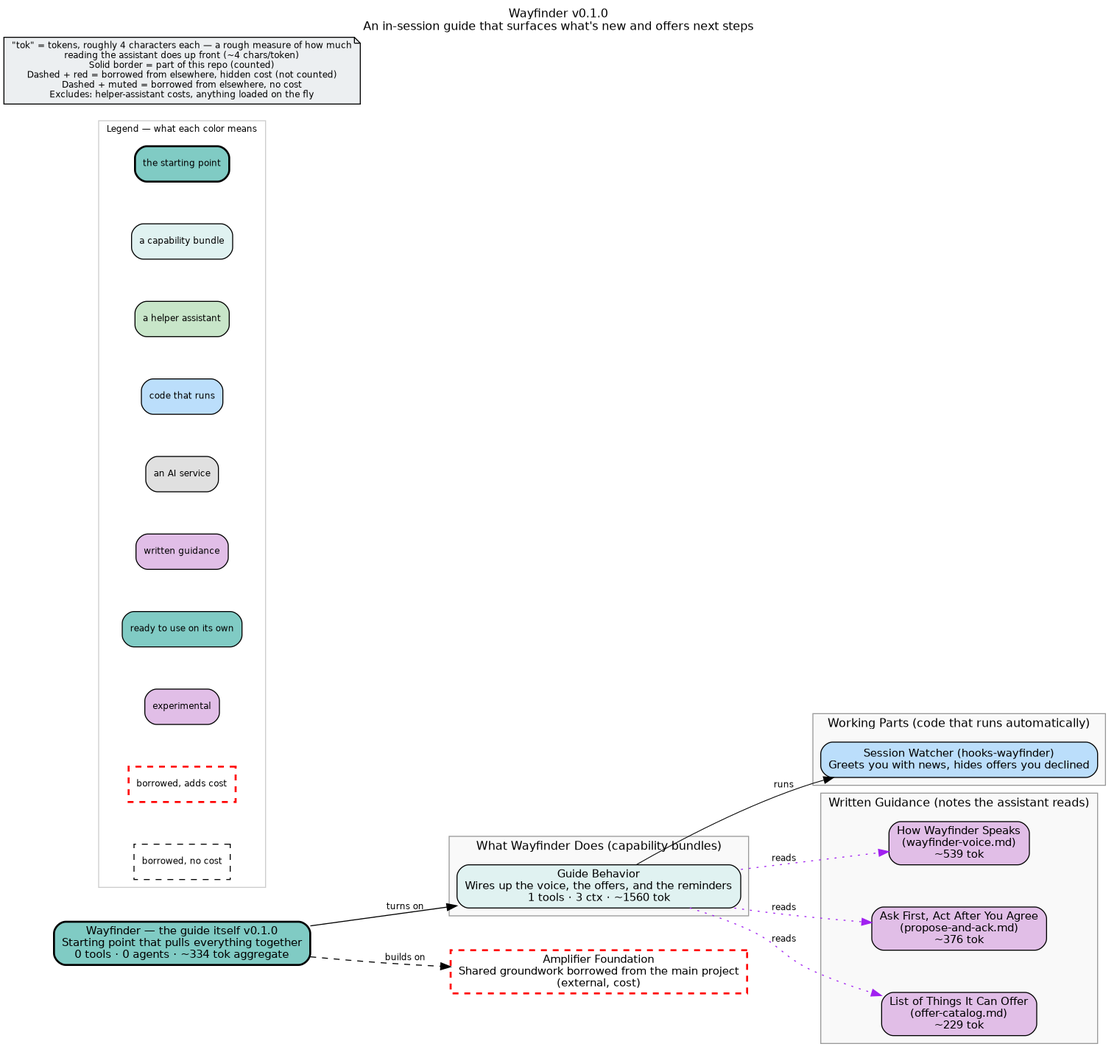
Above: bundle.png in microsoft/amplifier-bundle-wayfinder (Graphviz), before the change. Its source is kept beside it as bundle.dot.
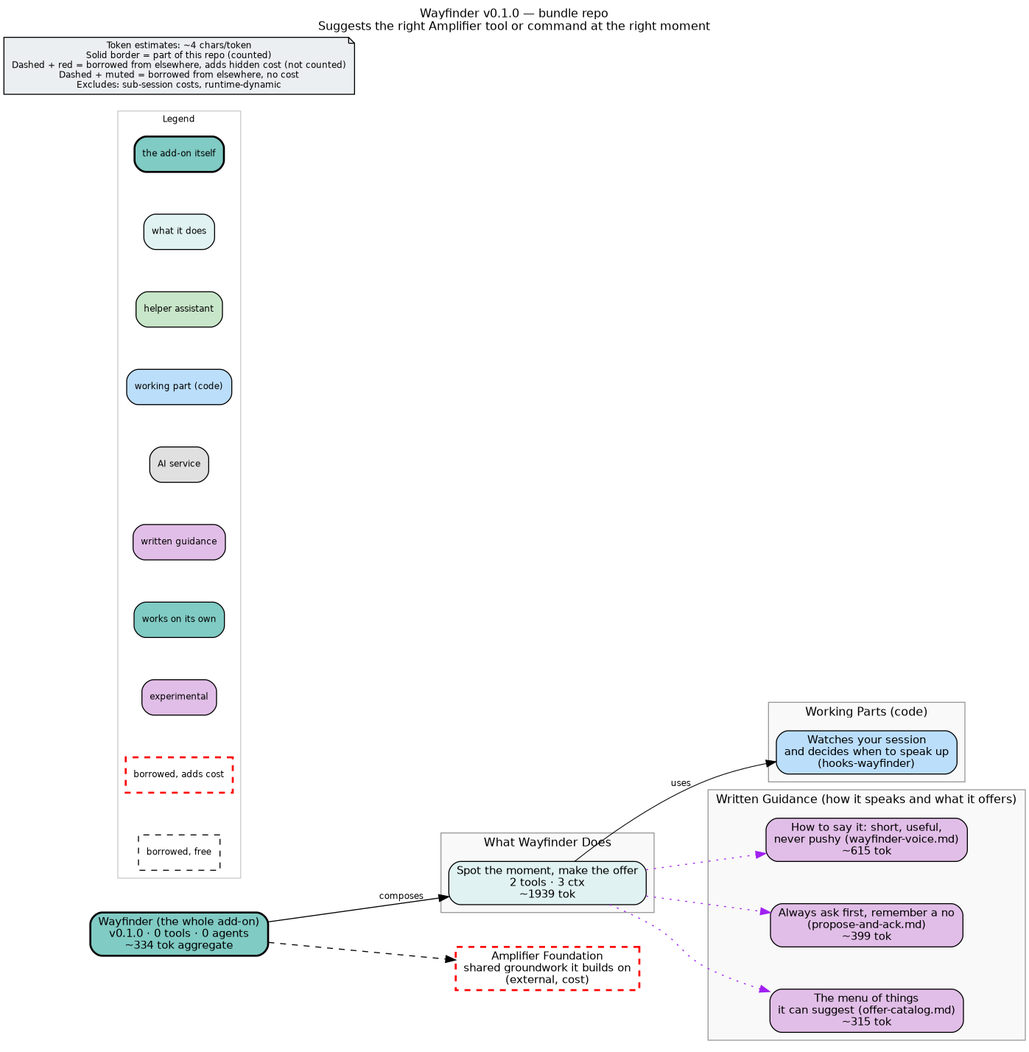
The same file after the commit.

Commit message:
fix: resolve validate-bundle-repo context-budget error via dedup

The edit, as a diff of the source:
```diff
@@ -1,77 +1,76 @@
-
 digraph wayfinder {
     rankdir=LR
     fontname="Helvetica"
     fontsize=12
-    label="Wayfinder v0.1.0\nAn in-session guide that surfaces what's new and offers next steps"
+    label="Wayfinder v0.1.0 — bundle repo\nSuggests the right Amplifier tool or command at the right moment"
     labelloc=t
     labeljust=c
     nodesep=0.6
     ranksep=0.7
     bgcolor="white"
-    source_hash="c309f906b099b59cd1c3ea75b145cdd5a631e9830b00f84195f39d8a895bdc87"
+    source_hash="e686cecf738d25d69beb2015d43be181ed2ec23d92677c2cc8165c98bd6f9f58"
 
     node [fontname="Helvetica", fontsize=11, style="filled,rounded"]
     edge [fontname="Helvetica", fontsize=9]
 
-    root_wayfinder [label="Wayfinder — the guide itself v0.1.0\nStarting point that pulls everything together\n0 tools · 0 agents · ~334 tok aggregate", shape=box, fillcolor="#80cbc4", style="filled,rounded,bold", penwidth=2]
+    root_wayfinder [label="Wayfinder (the whole add-on)\nv0.1.0 · 0 tools · 0 agents\n~334 tok aggregate", shape=box, fillcolor="#80cbc4", style="filled,rounded,bold", penwidth=2]
 
     subgraph cluster_behaviors {
-        label="What Wayfinder Does (capability bundles)"
+        label="What Wayfinder Does"
         style="filled"
         fillcolor="#f9f9f9"
         color="#999999"
 
-        beh_wayfinder_behavior [label="Guide Behavior\nWires up the voice, the offers, and the reminders\n1 tools · 3 ctx · ~1560 tok", shape=box, fillcolor="#e0f2f1", style="filled,rounded"]
+        beh_wayfinder_behavior [label="Spot the moment, make the offer\n2 tools · 3 ctx\n~1939 tok", shape=box, fillcolor="#e0f2f1", style="filled,rounded"]
     }
 
     subgraph cluster_modules {
-        label="Working Parts (code that runs automatically)"
+        label="Working Parts (code)"
         style="filled"
         fillcolor="#f9f9f9"
         color="#999999"
 
-        mod_hooks_wayfinder [label="Session Watcher (hooks-wayfinder)\nGreets you with news, hides offers you declined", shape=box, fillcolor="#bbdefb", style="filled,rounded"]
+        mod_hooks_wayfinder [label="Watches your session\nand decides when to speak up\n(hooks-wayfinder)", shape=box, fillcolor="#bbdefb", style="filled,rounded"]
     }
 
     subgraph cluster_context {
-        label="Written Guidance (notes the assistant reads)"
+        label="Written Guidance (how it speaks and what it offers)"
         style="filled"
         fillcolor="#f9f9f9"
         color="#999999"
 
-        ctx_wayfinder_voice_md [label="How Wayfinder Speaks\n(wayfinder-voice.md)\n~539 tok", shape=box, fillcolor="#e1bee7", style="filled,rounded"]
-        ctx_propose_and_ack_md [label="Ask First, Act After You Agree\n(propose-and-ack.md)\n~376 tok", shape=box, fillcolor="#e1bee7", style="filled,rounded"]
-        ctx_offer_catalog_md [label="List of Things It Can Offer\n(offer-catalog.md)\n~229 tok", shape=box, fillcolor="#e1bee7", style="filled,rounded"]
+        ctx_wayfinder_voice_md [label="How to say it: short, useful,\nnever pushy (wayfinder-voice.md)\n~615 tok", shape=box, fillcolor="#e1bee7", style="filled,rounded"]
+        ctx_propose_and_ack_md [label="Always ask first, remember a no\n(propose-and-ack.md)\n~399 tok", shape=box, fillcolor="#e1bee7", style="filled,rounded"]
+        ctx_offer_catalog_md [label="The menu of things\nit can suggest (offer-catalog.md)\n~315 tok", shape=box, fillcolor="#e1bee7", style="filled,rounded"]
     }
 
     subgraph cluster_legend {
-        label="Legend — what each color means"
+        label="Legend"
         style="filled"
         fillcolor="white"
         color="#cccccc"
         fontsize=9
 
-        leg_root [label="the starting point", shape=box, fillcolor="#80cbc4", style="filled,rounded,bold", fontsize=9]
-        leg_behavior [label="a capability bundle", shape=box, fillcolor="#e0f2f1", style="filled,rounded", fontsize=9]
-        leg_agent [label="a helper assistant", shape=box, fillcolor="#c8e6c9", style="filled,rounded", fontsize=9]
-        leg_module [label="code that runs", shape=box, fillcolor="#bbdefb", style="filled,rounded", fontsize=9]
-        leg_provider [label="an AI service", shape=box, fillcolor="#e0e0e0", style="filled,rounded", fontsize=9]
+        leg_root [label="the add-on itself", shape=box, fillcolor="#80cbc4", style="filled,rounded,bold", fontsize=9]
+        leg_behavior [label="what it does", shape=box, fillcolor="#e0f2f1", style="filled,rounded", fontsize=9]
+        leg_agent [label="helper assistant", shape=box, fillcolor="#c8e6c9", style="filled,rounded", fontsize=9]
+        leg_module [label="working part (code)", shape=box, fillcolor="#bbdefb", style="filled,rounded", fontsize=9]
+        leg_provider [label="AI service", shape=box, fillcolor="#e0e0e0", style="filled,rounded", fontsize=9]
         leg_context [label="written guidance", shape=box, fillcolor="#e1bee7", style="filled,rounded", fontsize=9]
-        leg_standalone [label="ready to use on its own", shape=box, fillcolor="#80cbc4", style="filled,rounded", fontsize=9]
+        leg_standalone [label="works on its own", shape=box, fillcolor="#80cbc4", style="filled,rounded", fontsize=9]
         leg_experiment [label="experimental", shape=box, fillcolor="#e1bee7", style="filled,rounded", fontsize=9]
         leg_ext_cost [label="borrowed, adds cost", shape=box, fillcolor="#80cbc4", style="dashed", color="red", penwidth=2, fontsize=9]
-        leg_ext_muted [label="borrowed, no cost", shape=box, fillcolor="#f5f5f5", style="dashed", fontsize=9]
+        leg_ext_muted [label="borrowed, free", shape=box, fillcolor="#f5f5f5", style="dashed", fontsize=9]
     }
 
-    disclaimer [label="\"tok\" = tokens, roughly 4 characters each — a rough measure of how much\nreading the assistant does up front (~4 chars/token)\nSolid border = part of this repo (counted)\nDashed + red = borrowed from elsewhere, hidden cost (not counted)\nDashed + muted = borrowed from elsewhere, no cost\nExcludes: helper-assistant costs, anything loaded on the fly", shape=note, fillcolor="#eceff1", style="filled", fontsize=9]
+    disclaimer [label="Token estimates: ~4 chars/token\nSolid border = part of this repo (counted)\nDashed + red = borrowed from elsewhere, adds hidden cost (not counted)\nDashed + muted = borrowed from elsewhere, no cost\nExcludes: sub-session costs, runtime-dynamic", shape=note, fillcolor="#eceff1", style="filled", fontsize=9]
 
-    ext_githttps___github_com_microsoft_amplifier_foundation_main [label="Amplifier Foundation\nShared groundwork borrowed from the main project\n(external, cost)", shape=box, fillcolor="#80cbc4", style="dashed", color="red", penwidth=2]
+    ext_githttps___github_com_microsoft_amplifier_foundation_main [label="Amplifier Foundation\nshared groundwork it builds on\n(external, cost)", shape=box, fillcolor="#80cbc4", style="dashed", color="red", penwidth=2]
 
-    root_wayfinder -> ext_githttps___github_com_microsoft_amplifier_foundation_main [style=dashed, label="builds on"]
-    root_wayfinder -> beh_wayfinder_behavior [label="turns on"]
-    beh_wayfinder_behavior -> mod_hooks_wayfinder [label="runs", penwidth=0.8]
-    beh_wayfinder_behavior -> ctx_wayfinder_voice_md [style=dotted, color=purple, label="reads"]
-    beh_wayfinder_behavior -> ctx_propose_and_ack_md [style=dotted, color=purple, label="reads"]
-    beh_wayfinder_behavior -> ctx_offer_catalog_md [style=dotted, color=purple, label="reads"]
+    root_wayfinder -> ext_githttps___github_com_microsoft_amplifier_foundation_main [style=dashed]
+    root_wayfinder -> beh_wayfinder_behavior [label="composes"]
+    beh_wayfinder_behavior -> mod_hooks_wayfinder [label="uses", penwidth=0.8]
+    beh_wayfinder_behavior -> ctx_wayfinder_voice_md [style=dotted, color=purple]
+    beh_wayfinder_behavior -> ctx_propose_and_ack_md [style=dotted, color=purple]
+    beh_wayfinder_behavior -> ctx_offer_catalog_md [style=dotted, color=purple]
 }
```
